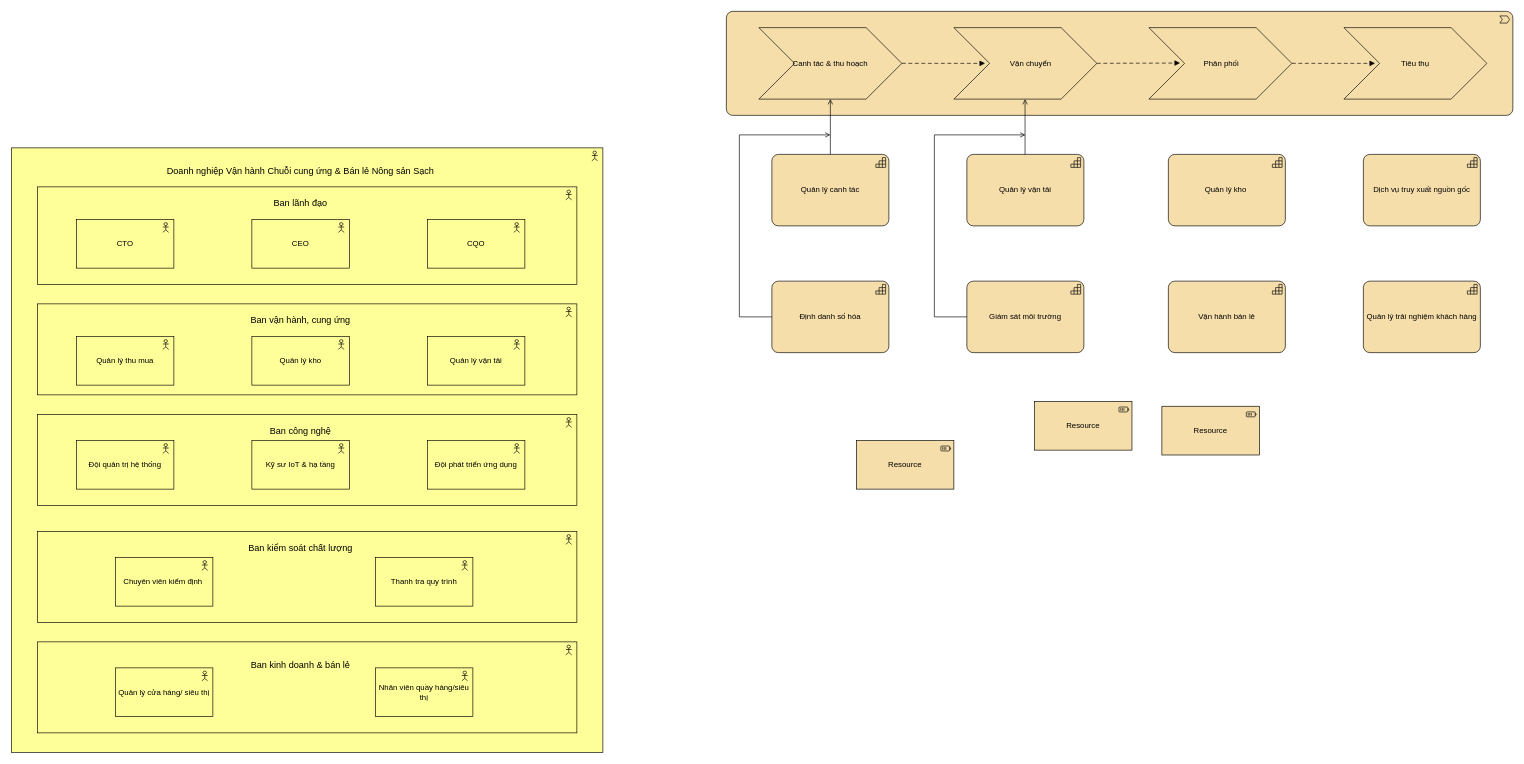
This is Archimate.drawio from nmchien111/Archimate1, a draw.io file, before an edit. Source tidied: cells renumbered, new cells numbered last; positions are measured from the earlier drawing's top-left corner, leaving out a move shared by most shapes. Both pictures are drawn from the tidied source at 65%, with x=0, y=0 at pixel (11, 11).
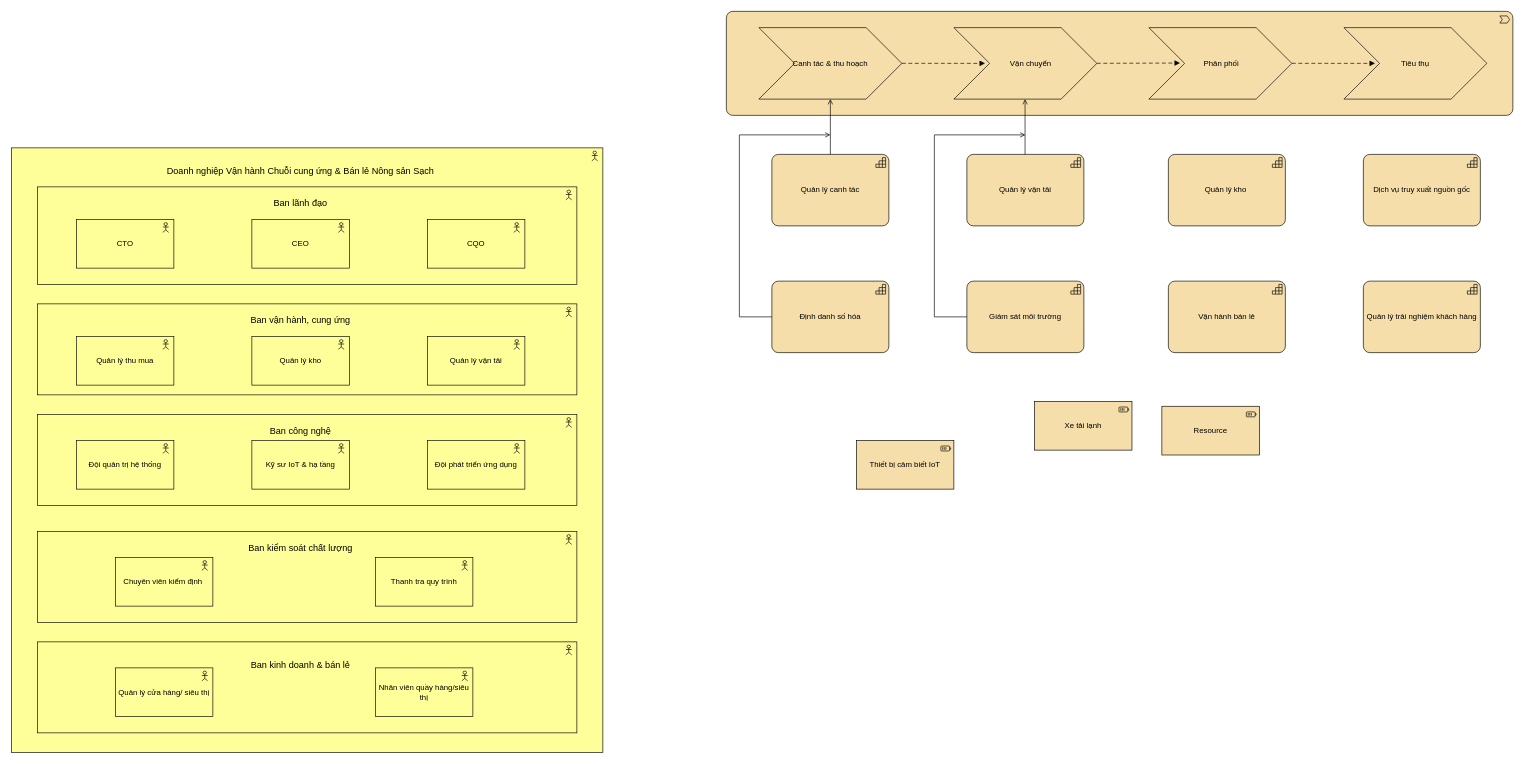
After the change.

Commit message:
Cập nhật Archimate.drawio

Diff of the diagram source:
```diff
@@
-    <mxCell id="47" value="Resource" style="html=1;whiteSpace=wrap;fillColor=#F5DEAA;shape=mxgraph.archimate3.application;appType=resource;archiType=square;" parent="1" vertex="1">
+    <mxCell id="47" value="Xe tải lạnh" style="html=1;whiteSpace=wrap;fillColor=#F5DEAA;shape=mxgraph.archimate3.application;appType=resource;archiType=square;" parent="1" vertex="1">
       <mxGeometry x="1574" y="600" width="150" height="75" as="geometry" />
     </mxCell>
@@
-    <mxCell id="49" value="Resource" style="html=1;whiteSpace=wrap;fillColor=#F5DEAA;shape=mxgraph.archimate3.application;appType=resource;archiType=square;" parent="1" vertex="1">
+    <mxCell id="49" value="Thiết bị cảm biết IoT" style="html=1;whiteSpace=wrap;fillColor=#F5DEAA;shape=mxgraph.archimate3.application;appType=resource;archiType=square;" parent="1" vertex="1">
       <mxGeometry x="1300" y="660" width="150" height="75" as="geometry" />
     </mxCell>
```
